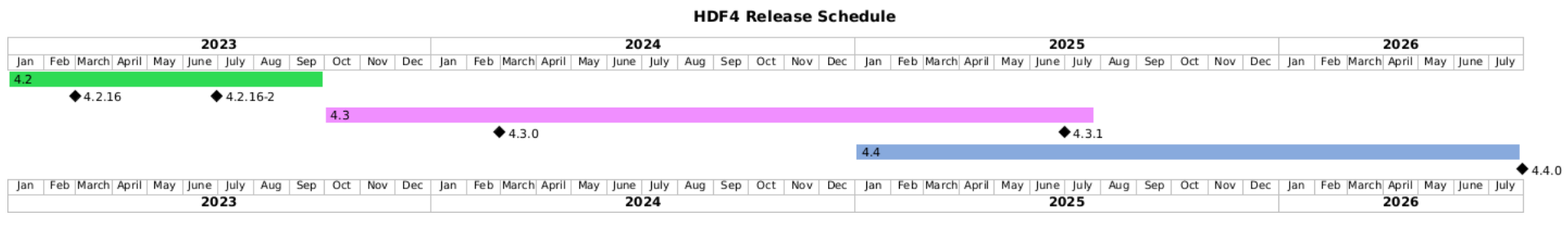
The PlantUML diagram doc/img/release-schedule.png in HDFGroup/hdf4, before a commit. Its source is kept beside it as doc/img/release-schedule.plantuml.
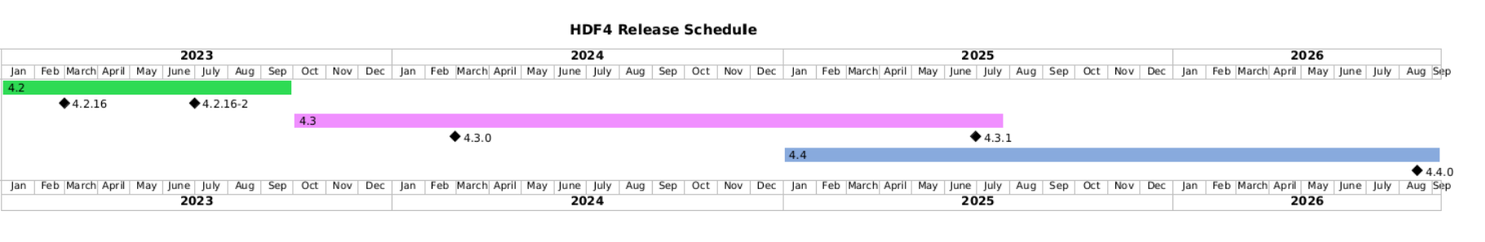
After the change.

Commit message:
Updated release timeline

What changed in the source:
```diff
@@ -17,8 +17,8 @@
 [4.3.1] displays on same row as [4.3.0]
 [4.3] is colored in #F08FFF
 
-[4.4] starts 2025-01-01 and lasts 82 weeks
-[4.4.0] happens 2026-07-30
+[4.4] starts 2025-01-01 and lasts 88 weeks
+[4.4.0] happens 2026-08-17
 [4.4] is colored in #88AADD
 
 @endgantt
```
